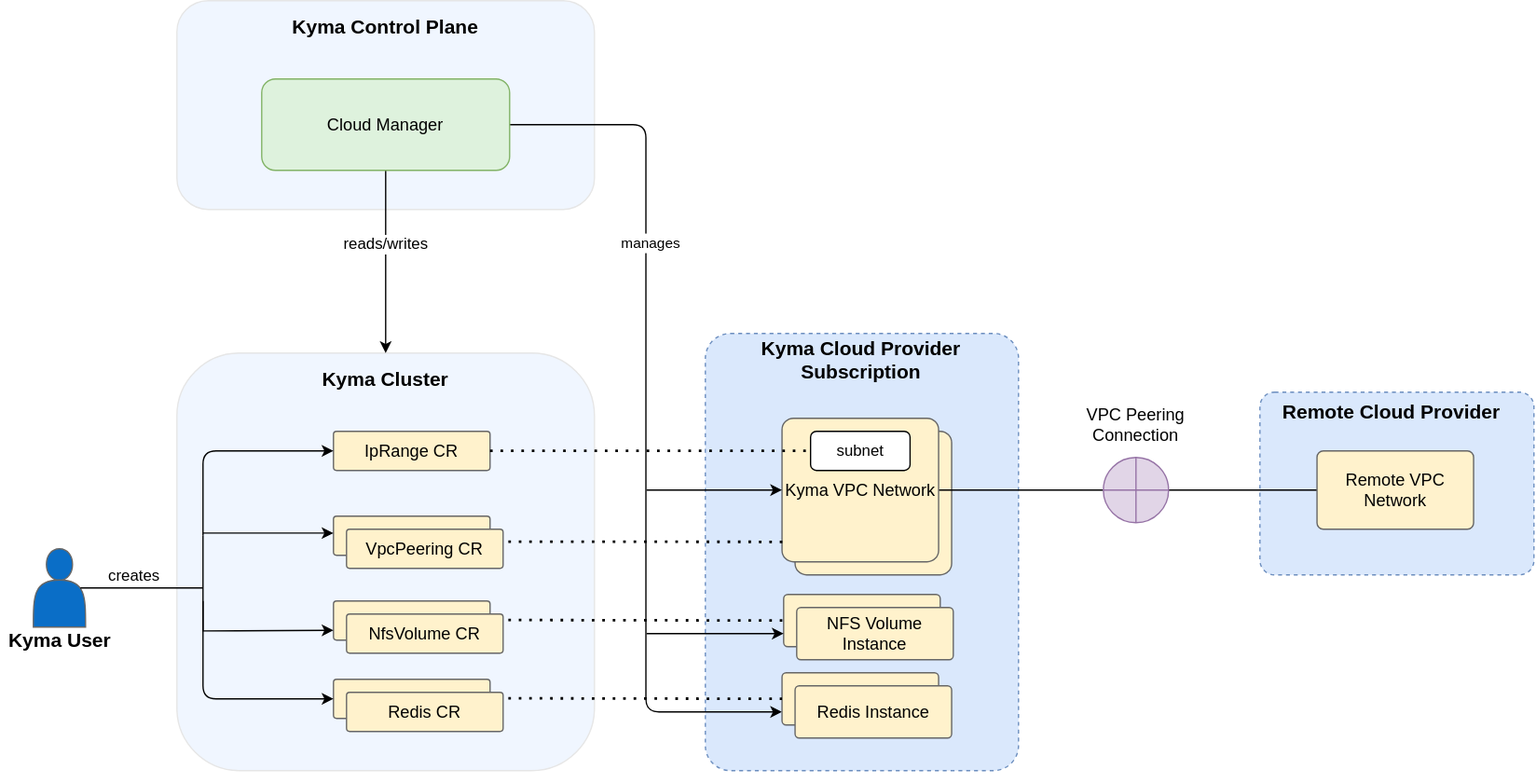
This is docs/user/assets/cloud-manager-architecture.drawio.svg from kyma-project/cloud-manager, a draw.io export, as it was before one commit. Source tidied: cells renumbered, new cells last; positions are measured from the earlier drawing's top-left corner, leaving out a move shared by most shapes. The source it was exported from:
```xml
<mxGraphModel background="#ffffff">
  <root>
    <mxCell id="0" />
    <mxCell id="1" parent="0" />
    <mxCell id="2" style="rounded=1;whiteSpace=wrap;html=1;align=right;verticalAlign=top;spacingLeft=15;spacing=2;arcSize=8;dashed=1;fillColor=#dae8fc;strokeColor=#6c8ebf;spacingTop=4;" parent="1" vertex="1">
      <mxGeometry x="540" y="255" width="240" height="335" as="geometry" />
    </mxCell>
    <mxCell id="3" style="rounded=1;whiteSpace=wrap;html=1;align=center;verticalAlign=middle;spacingLeft=0;spacing=2;arcSize=8;fillColor=#fff2cc;strokeColor=#666666;" parent="1" vertex="1">
      <mxGeometry x="608.8" y="330" width="120" height="110" as="geometry" />
    </mxCell>
    <mxCell id="4" style="rounded=1;whiteSpace=wrap;html=1;fillColor=#f0f6ff;strokeColor=#e6e6e6;labelBackgroundColor=default;" parent="1" vertex="1">
      <mxGeometry x="135" y="270" width="320" height="320" as="geometry" />
    </mxCell>
    <mxCell id="5" value="&lt;font color=&quot;#000000&quot;&gt;NfsVolume CR&lt;/font&gt;" style="rounded=1;whiteSpace=wrap;html=1;align=center;verticalAlign=middle;spacingLeft=0;spacing=2;arcSize=8;fillColor=#fff2cc;strokeColor=#666666;" parent="1" vertex="1">
      <mxGeometry x="255" y="460" width="120" height="30" as="geometry" />
    </mxCell>
    <mxCell id="6" value="&lt;font color=&quot;#000000&quot; style=&quot;font-size: 13px&quot;&gt;IpRange CR&lt;/font&gt;" style="rounded=1;whiteSpace=wrap;html=1;align=center;verticalAlign=middle;spacingLeft=0;spacing=2;arcSize=8;fillColor=#fff2cc;strokeColor=#666666;" parent="1" vertex="1">
      <mxGeometry x="255" y="330" width="120" height="30" as="geometry" />
    </mxCell>
    <mxCell id="7" value="&lt;font color=&quot;#000000&quot;&gt;VpcPeering CR&lt;/font&gt;" style="rounded=1;whiteSpace=wrap;html=1;align=center;verticalAlign=middle;spacingLeft=0;spacing=2;arcSize=8;fillColor=#fff2cc;strokeColor=#666666;" parent="1" vertex="1">
      <mxGeometry x="255" y="395" width="120" height="30" as="geometry" />
    </mxCell>
    <mxCell id="8" value="&lt;span style=&quot;font-size: 15px&quot;&gt;&lt;span style=&quot;font-size: 15px&quot;&gt;Kyma Cluster&lt;/span&gt;&lt;/span&gt;" style="text;html=1;align=center;verticalAlign=middle;whiteSpace=wrap;rounded=0;fontSize=15;fontStyle=1;" parent="1" vertex="1">
      <mxGeometry x="188.1" y="270" width="213.8" height="40" as="geometry" />
    </mxCell>
    <mxCell id="9" style="rounded=1;whiteSpace=wrap;html=1;fillColor=#f0f6ff;strokeColor=#e6e6e6;labelBackgroundColor=default;" parent="1" vertex="1">
      <mxGeometry x="135" width="320" height="160" as="geometry" />
    </mxCell>
    <mxCell id="10" value="&lt;b style=&quot;font-size: 15px;&quot;&gt;&lt;font style=&quot;font-size: 15px;&quot;&gt;Kyma Control Plane&lt;/font&gt;&lt;/b&gt;" style="text;html=1;align=center;verticalAlign=middle;whiteSpace=wrap;rounded=0;fontSize=15;" parent="1" vertex="1">
      <mxGeometry x="188.1" width="213.8" height="40" as="geometry" />
    </mxCell>
    <mxCell id="11" style="edgeStyle=orthogonalEdgeStyle;rounded=0;jettySize=auto;html=1;entryX=0.5;entryY=0;entryDx=0;entryDy=0;" parent="1" edge="1" source="17" target="4">
      <mxGeometry relative="1" as="geometry" />
    </mxCell>
    <mxCell id="12" value="&lt;span style=&quot;color: rgba(0, 0, 0, 0); font-family: monospace; font-size: 0px; text-align: start; background-color: rgb(251, 251, 251);&quot;&gt;%3CmxGraphModel%3E%3Croot%3E%3CmxCell%20id%3D%220%22%2F%3E%3CmxCell%20id%3D%221%22%20parent%3D%220%22%2F%3E%3CmxCell%20id%3D%222%22%20value%3D%22%26lt%3Bspan%20style%3D%26quot%3Bbackground-color%3A%20rgb(222%2C%20242%2C%20221)%3B%26quot%3B%26gt%3Bread%2Fwrite%26lt%3B%2Fspan%26gt%3B%22%20style%3D%22edgeLabel%3Bhtml%3D1%3Balign%3Dcenter%3BverticalAlign%3Dmiddle%3Bresizable%3D0%3Bpoints%3D%5B%5D%3BfontSize%3D12%3BfontColor%3D%23000000%3B%22%20vertex%3D%221%22%20connectable%3D%220%22%20parent%3D%221%22%3E%3CmxGeometry%20x%3D%22659.9675555587601%22%20y%3D%22572.9999927901245%22%20as%3D%22geometry%22%2F%3E%3C%2FmxCell%3E%3C%2Froot%3E%3C%2FmxGraphModel%3E&lt;/span&gt;" style="edgeLabel;html=1;align=center;verticalAlign=middle;" parent="11" vertex="1">
      <mxGeometry x="0.16" relative="1" as="geometry" />
    </mxCell>
    <mxCell id="13" value="&lt;span style=&quot;color: rgba(0, 0, 0, 0); font-family: monospace; font-size: 0px; text-align: start; background-color: rgb(251, 251, 251);&quot;&gt;%3CmxGraphModel%3E%3Croot%3E%3CmxCell%20id%3D%220%22%2F%3E%3CmxCell%20id%3D%221%22%20parent%3D%220%22%2F%3E%3CmxCell%20id%3D%222%22%20value%3D%22%26lt%3Bspan%20style%3D%26quot%3Bbackground-color%3A%20rgb(222%2C%20242%2C%20221)%3B%26quot%3B%26gt%3Bread%2Fwrite%26lt%3B%2Fspan%26gt%3B%22%20style%3D%22edgeLabel%3Bhtml%3D1%3Balign%3Dcenter%3BverticalAlign%3Dmiddle%3Bresizable%3D0%3Bpoints%3D%5B%5D%3BfontSize%3D12%3BfontColor%3D%23000000%3B%22%20vertex%3D%221%22%20connectable%3D%220%22%20parent%3D%221%22%3E%3CmxGeometry%20x%3D%22659.9675555587601%22%20y%3D%22572.9999927901245%22%20as%3D%22geometry%22%2F%3E%3C%2FmxCell%3E%3C%2Froot%3E%3C%2FmxGraphModel%3E&lt;/span&gt;" style="edgeLabel;html=1;align=center;verticalAlign=middle;" parent="11" vertex="1">
      <mxGeometry x="0.13" relative="1" as="geometry" />
    </mxCell>
    <mxCell id="14" value="reads/writes" style="edgeLabel;html=1;align=center;verticalAlign=middle;fontSize=12;" parent="11" vertex="1">
      <mxGeometry x="-0.2" y="-1" relative="1" as="geometry" />
    </mxCell>
    <mxCell id="15" style="edgeStyle=orthogonalEdgeStyle;jettySize=auto;html=1;exitX=1;exitY=0.5;exitDx=0;exitDy=0;entryX=0;entryY=0.75;entryDx=0;entryDy=0;fontSize=12;rounded=1;" parent="1" edge="1" source="17" target="19">
      <mxGeometry relative="1" as="geometry" />
    </mxCell>
    <mxCell id="16" value="&lt;font style=&quot;font-size: 11px&quot;&gt;manages&lt;/font&gt;" style="edgeLabel;html=1;align=center;verticalAlign=middle;fontSize=12;" parent="15" vertex="1">
      <mxGeometry x="-0.41" y="3" relative="1" as="geometry" />
    </mxCell>
    <mxCell id="17" value="&lt;font style=&quot;font-size: 13px&quot;&gt;Cloud Manager&lt;/font&gt;" style="rounded=1;whiteSpace=wrap;html=1;strokeColor=#82b366;fillColor=#def2dd;" parent="1" vertex="1">
      <mxGeometry x="200" y="60" width="190" height="70" as="geometry" />
    </mxCell>
    <mxCell id="18" style="rounded=1;whiteSpace=wrap;html=1;align=center;verticalAlign=middle;spacingLeft=0;spacing=2;arcSize=8;fillColor=#fff2cc;strokeColor=#666666;" parent="1" vertex="1">
      <mxGeometry x="600" y="455" width="120" height="40" as="geometry" />
    </mxCell>
    <mxCell id="19" value="&lt;font color=&quot;#000000&quot; style=&quot;font-size: 13px&quot;&gt;Redis Instance&lt;/font&gt;" style="rounded=1;whiteSpace=wrap;html=1;align=center;verticalAlign=middle;spacingLeft=0;spacing=2;arcSize=8;fillColor=#fff2cc;strokeColor=#666666;" parent="1" vertex="1">
      <mxGeometry x="598.8" y="515" width="120" height="40" as="geometry" />
    </mxCell>
    <mxCell id="20" style="rounded=1;whiteSpace=wrap;html=1;align=left;verticalAlign=top;spacingLeft=4;spacing=2;arcSize=8;dashed=1;fillColor=#dae8fc;strokeColor=#6c8ebf;" parent="1" vertex="1">
      <mxGeometry x="965" y="300" width="210" height="140" as="geometry" />
    </mxCell>
    <mxCell id="21" style="edgeStyle=orthogonalEdgeStyle;rounded=0;jettySize=auto;html=1;entryX=0;entryY=0.5;entryDx=0;entryDy=0;endArrow=none;startFill=0;" parent="1" edge="1" source="26" target="23">
      <mxGeometry relative="1" as="geometry" />
    </mxCell>
    <mxCell id="22" style="edgeStyle=orthogonalEdgeStyle;rounded=0;jettySize=auto;html=1;entryX=0;entryY=0.5;entryDx=0;entryDy=0;endArrow=none;startFill=0;" parent="1" edge="1" source="23" target="24">
      <mxGeometry relative="1" as="geometry" />
    </mxCell>
    <mxCell id="23" style="shape=orEllipse;perimeter=ellipsePerimeter;whiteSpace=wrap;html=1;backgroundOutline=1;fillColor=#e1d5e7;strokeColor=#9673a6;" parent="1" vertex="1">
      <mxGeometry x="845" y="350" width="50" height="50" as="geometry" />
    </mxCell>
    <mxCell id="24" value="&lt;font color=&quot;#000000&quot; style=&quot;font-size: 13px&quot;&gt;Remote VPC Network&lt;/font&gt;" style="rounded=1;whiteSpace=wrap;html=1;align=center;verticalAlign=middle;spacingLeft=0;spacing=2;arcSize=8;fillColor=#fff2cc;strokeColor=#666666;" parent="1" vertex="1">
      <mxGeometry x="1008.8" y="345" width="120" height="60" as="geometry" />
    </mxCell>
    <mxCell id="25" value="&lt;span style=&quot;font-size: 13px&quot;&gt;VPC Peering&lt;br&gt;Connection&lt;/span&gt;" style="text;html=1;align=center;verticalAlign=middle;whiteSpace=wrap;rounded=0;fontSize=12;" parent="1" vertex="1">
      <mxGeometry x="770" y="310" width="200" height="30" as="geometry" />
    </mxCell>
    <mxCell id="26" value="&lt;font style=&quot;font-size: 13px&quot;&gt;Kyma VPC Network&lt;/font&gt;" style="rounded=1;whiteSpace=wrap;html=1;align=center;verticalAlign=middle;spacingLeft=0;spacing=2;arcSize=8;fillColor=#fff2cc;strokeColor=#666666;" parent="1" vertex="1">
      <mxGeometry x="598.8" y="320" width="120" height="110" as="geometry" />
    </mxCell>
    <mxCell id="27" value="&lt;b&gt;&lt;font style=&quot;font-size: 15px&quot;&gt;Remote Cloud Provider&lt;/font&gt;&lt;/b&gt;" style="text;html=1;align=center;verticalAlign=middle;whiteSpace=wrap;rounded=0;" parent="1" vertex="1">
      <mxGeometry x="959.4" y="295" width="213.8" height="40" as="geometry" />
    </mxCell>
    <mxCell id="28" value="&lt;b&gt;&lt;font style=&quot;font-size: 15px&quot;&gt;Kyma Cloud Provider Subscription&lt;/font&gt;&lt;/b&gt;" style="text;html=1;align=center;verticalAlign=middle;whiteSpace=wrap;rounded=0;" parent="1" vertex="1">
      <mxGeometry x="545.3" y="255" width="229.4" height="40" as="geometry" />
    </mxCell>
    <mxCell id="29" value="&lt;font color=&quot;#000000&quot;&gt;Redis CR&lt;/font&gt;" style="rounded=1;whiteSpace=wrap;html=1;align=center;verticalAlign=middle;spacingLeft=0;spacing=2;arcSize=8;fillColor=#fff2cc;strokeColor=#666666;" parent="1" vertex="1">
      <mxGeometry x="255" y="520" width="120" height="30" as="geometry" />
    </mxCell>
    <mxCell id="30" value="subnet" style="rounded=1;whiteSpace=wrap;html=1;" parent="1" vertex="1">
      <mxGeometry x="620.6" y="330" width="76.2" height="30" as="geometry" />
    </mxCell>
    <mxCell id="31" style="endArrow=none;dashed=1;html=1;dashPattern=1 3;strokeWidth=2;rounded=0;exitX=1;exitY=0.5;exitDx=0;exitDy=0;entryX=0;entryY=0.5;entryDx=0;entryDy=0;" parent="1" edge="1" source="6" target="30">
      <mxGeometry relative="1" as="geometry" />
    </mxCell>
    <mxCell id="32" style="endArrow=none;dashed=1;html=1;dashPattern=1 3;strokeWidth=2;rounded=0;exitX=1;exitY=0.5;exitDx=0;exitDy=0;entryX=0.008;entryY=0.861;entryDx=0;entryDy=0;entryPerimeter=0;" parent="1" edge="1" target="26">
      <mxGeometry relative="1" as="geometry">
        <mxPoint x="365" y="414.5" as="sourcePoint" />
      </mxGeometry>
    </mxCell>
    <mxCell id="33" style="endArrow=none;dashed=1;html=1;dashPattern=1 3;strokeWidth=2;rounded=0;exitX=1;exitY=0.5;exitDx=0;exitDy=0;entryX=0;entryY=0.5;entryDx=0;entryDy=0;" parent="1" edge="1" target="18">
      <mxGeometry relative="1" as="geometry">
        <mxPoint x="365" y="474.5" as="sourcePoint" />
      </mxGeometry>
    </mxCell>
    <mxCell id="34" style="endArrow=none;dashed=1;html=1;dashPattern=1 3;strokeWidth=2;rounded=0;exitX=1;exitY=0.5;exitDx=0;exitDy=0;entryX=0;entryY=0.5;entryDx=0;entryDy=0;" parent="1" edge="1" target="19">
      <mxGeometry relative="1" as="geometry">
        <mxPoint x="365" y="534.5" as="sourcePoint" />
      </mxGeometry>
    </mxCell>
    <mxCell id="35" style="shape=actor;whiteSpace=wrap;html=1;fillColor=#0A6EC7;strokeColor=#666666;" parent="1" vertex="1">
      <mxGeometry x="25" y="420" width="40" height="60" as="geometry" />
    </mxCell>
    <mxCell id="36" value="&lt;font color=&quot;#000000&quot; style=&quot;font-size: 13px&quot;&gt;VpcPeering CR&lt;/font&gt;" style="rounded=1;whiteSpace=wrap;html=1;align=center;verticalAlign=middle;spacingLeft=0;spacing=2;arcSize=8;fillColor=#fff2cc;strokeColor=#666666;" parent="1" vertex="1">
      <mxGeometry x="265" y="405" width="120" height="30" as="geometry" />
    </mxCell>
    <mxCell id="37" value="&lt;font color=&quot;#000000&quot; style=&quot;font-size: 13px&quot;&gt;NfsVolume CR&lt;/font&gt;" style="rounded=1;whiteSpace=wrap;html=1;align=center;verticalAlign=middle;spacingLeft=0;spacing=2;arcSize=8;fillColor=#fff2cc;strokeColor=#666666;" parent="1" vertex="1">
      <mxGeometry x="265" y="470" width="120" height="30" as="geometry" />
    </mxCell>
    <mxCell id="38" value="&lt;font color=&quot;#000000&quot; style=&quot;font-size: 13px&quot;&gt;Redis CR&lt;/font&gt;" style="rounded=1;whiteSpace=wrap;html=1;align=center;verticalAlign=middle;spacingLeft=0;spacing=2;arcSize=8;fillColor=#fff2cc;strokeColor=#666666;" parent="1" vertex="1">
      <mxGeometry x="265" y="530" width="120" height="30" as="geometry" />
    </mxCell>
    <mxCell id="39" value="&lt;b&gt;Kyma User&lt;/b&gt;" style="text;html=1;align=center;verticalAlign=middle;strokeColor=none;fillColor=none;fontSize=15;" parent="1" vertex="1">
      <mxGeometry y="480" width="90" height="20" as="geometry" />
    </mxCell>
    <mxCell id="40" style="endArrow=classic;html=1;rounded=0;fontSize=15;entryX=0;entryY=0.75;entryDx=0;entryDy=0;" parent="1" edge="1" target="5">
      <mxGeometry relative="1" as="geometry">
        <mxPoint x="155" y="410" as="sourcePoint" />
        <Array as="points">
          <mxPoint x="155" y="483" />
        </Array>
      </mxGeometry>
    </mxCell>
    <mxCell id="41" style="endArrow=classic;html=1;rounded=1;fontSize=15;entryX=0;entryY=0.5;entryDx=0;entryDy=0;" parent="1" edge="1" target="6">
      <mxGeometry relative="1" as="geometry">
        <mxPoint x="155" y="410" as="sourcePoint" />
        <Array as="points">
          <mxPoint x="155" y="345" />
        </Array>
      </mxGeometry>
    </mxCell>
    <mxCell id="42" style="endArrow=classic;html=1;rounded=1;fontSize=15;entryX=0;entryY=0.5;entryDx=0;entryDy=0;" parent="1" edge="1" target="29">
      <mxGeometry relative="1" as="geometry">
        <mxPoint x="155" y="460" as="sourcePoint" />
        <Array as="points">
          <mxPoint x="155" y="535" />
        </Array>
      </mxGeometry>
    </mxCell>
    <mxCell id="43" style="endArrow=none;html=1;rounded=0;fontSize=15;exitX=0.9;exitY=0.5;exitDx=0;exitDy=0;exitPerimeter=0;" parent="1" edge="1" source="35">
      <mxGeometry relative="1" as="geometry">
        <mxPoint x="155" y="450" as="targetPoint" />
      </mxGeometry>
    </mxCell>
    <mxCell id="44" value="&lt;font style=&quot;font-size: 12px&quot;&gt;creates&lt;/font&gt;" style="edgeLabel;html=1;align=center;verticalAlign=middle;fontSize=15;spacingTop=0;spacingBottom=20;spacingRight=-22;" parent="43" vertex="1">
      <mxGeometry x="-0.37" y="2" relative="1" as="geometry">
        <mxPoint x="-1" as="offset" />
      </mxGeometry>
    </mxCell>
    <mxCell id="45" style="endArrow=classic;html=1;rounded=0;fontSize=15;" parent="1" edge="1">
      <mxGeometry relative="1" as="geometry">
        <mxPoint x="155" y="408" as="sourcePoint" />
        <mxPoint x="255" y="408" as="targetPoint" />
      </mxGeometry>
    </mxCell>
    <mxCell id="46" style="endArrow=classic;html=1;rounded=1;fontSize=11;entryX=0;entryY=0.75;entryDx=0;entryDy=0;" parent="1" edge="1" target="18">
      <mxGeometry relative="1" as="geometry">
        <mxPoint x="495" y="485" as="sourcePoint" />
      </mxGeometry>
    </mxCell>
    <mxCell id="47" style="endArrow=classic;html=1;rounded=1;fontSize=11;" parent="1" edge="1" target="26">
      <mxGeometry relative="1" as="geometry">
        <mxPoint x="495" y="375" as="sourcePoint" />
      </mxGeometry>
    </mxCell>
    <mxCell id="48" style="edgeStyle=orthogonalEdgeStyle;rounded=1;orthogonalLoop=1;jettySize=auto;html=1;exitX=0.5;exitY=1;exitDx=0;exitDy=0;fontSize=13;" parent="1" edge="1" source="2" target="2">
      <mxGeometry relative="1" as="geometry" />
    </mxCell>
    <mxCell id="49" value="&lt;font color=&quot;#000000&quot; style=&quot;font-size: 13px&quot;&gt;Redis Instance&lt;/font&gt;" style="rounded=1;whiteSpace=wrap;html=1;align=center;verticalAlign=middle;spacingLeft=0;spacing=2;arcSize=8;fillColor=#fff2cc;strokeColor=#666666;" parent="1" vertex="1">
      <mxGeometry x="608.8" y="525" width="120" height="40" as="geometry" />
    </mxCell>
    <mxCell id="50" value="&lt;font color=&quot;#000000&quot; style=&quot;font-size: 13px&quot;&gt;NFS Volume Instance&lt;/font&gt;" style="rounded=1;whiteSpace=wrap;html=1;align=center;verticalAlign=middle;spacingLeft=0;spacing=2;arcSize=8;fillColor=#fff2cc;strokeColor=#666666;" parent="1" vertex="1">
      <mxGeometry x="610" y="465" width="120" height="40" as="geometry" />
    </mxCell>
  </root>
</mxGraphModel>
```
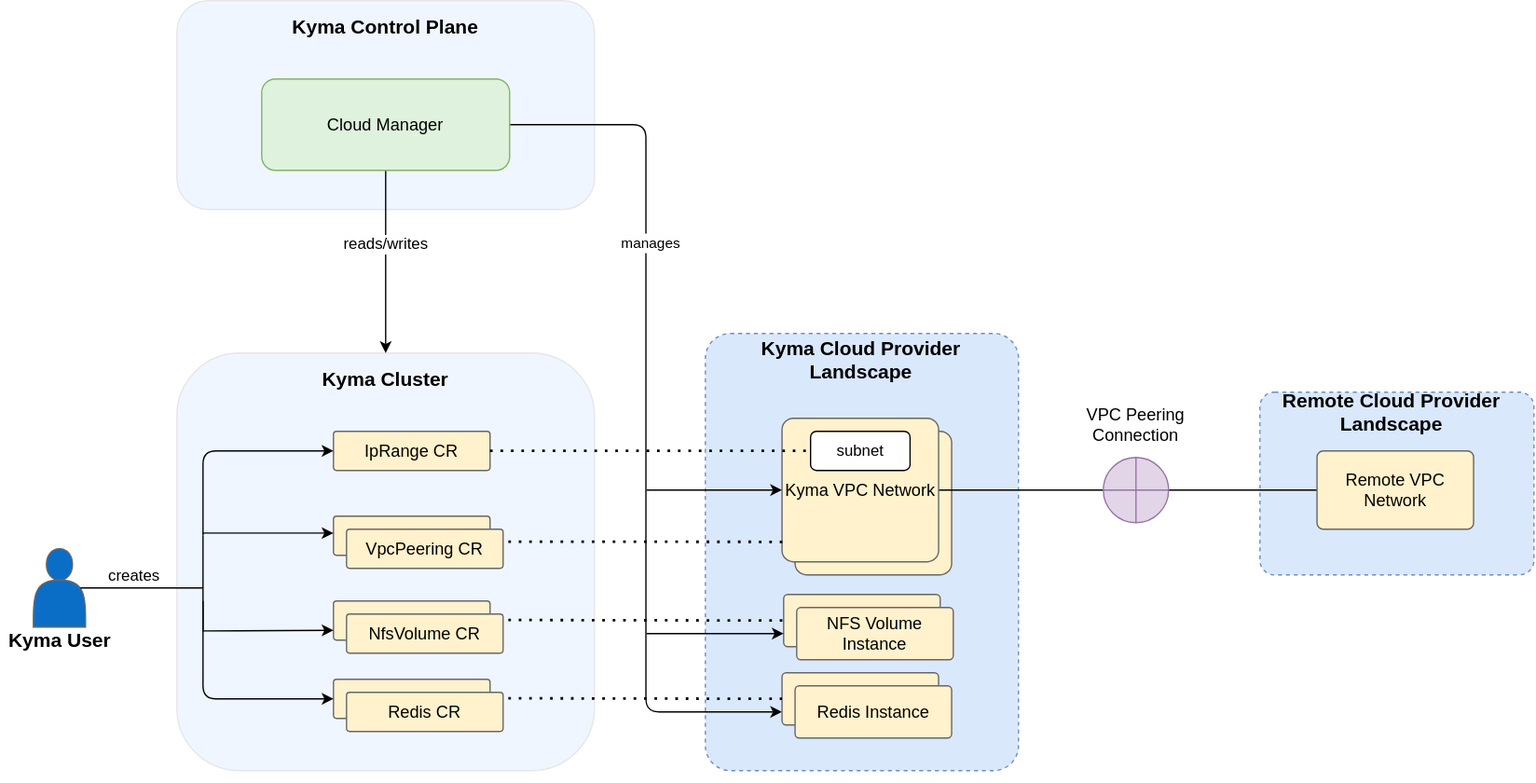
Above is the later version.

The edit, as a diff of the source:
```diff
@@ -77,10 +77,10 @@
     <mxCell id="26" value="&lt;font style=&quot;font-size: 13px&quot;&gt;Kyma VPC Network&lt;/font&gt;" style="rounded=1;whiteSpace=wrap;html=1;align=center;verticalAlign=middle;spacingLeft=0;spacing=2;arcSize=8;fillColor=#fff2cc;strokeColor=#666666;" parent="1" vertex="1">
       <mxGeometry x="598.8" y="320" width="120" height="110" as="geometry" />
     </mxCell>
-    <mxCell id="27" value="&lt;b&gt;&lt;font style=&quot;font-size: 15px&quot;&gt;Remote Cloud Provider&lt;/font&gt;&lt;/b&gt;" style="text;html=1;align=center;verticalAlign=middle;whiteSpace=wrap;rounded=0;" parent="1" vertex="1">
+    <mxCell id="27" value="&lt;b&gt;&lt;font style=&quot;font-size: 15px&quot;&gt;Remote Cloud Provider Landscape&lt;/font&gt;&lt;/b&gt;" style="text;html=1;align=center;verticalAlign=middle;whiteSpace=wrap;rounded=0;" parent="1" vertex="1">
       <mxGeometry x="959.4" y="295" width="213.8" height="40" as="geometry" />
     </mxCell>
-    <mxCell id="28" value="&lt;b&gt;&lt;font style=&quot;font-size: 15px&quot;&gt;Kyma Cloud Provider Subscription&lt;/font&gt;&lt;/b&gt;" style="text;html=1;align=center;verticalAlign=middle;whiteSpace=wrap;rounded=0;" parent="1" vertex="1">
+    <mxCell id="28" value="&lt;b&gt;&lt;font style=&quot;font-size: 15px&quot;&gt;Kyma Cloud Provider Landscape&lt;/font&gt;&lt;/b&gt;" style="text;html=1;align=center;verticalAlign=middle;whiteSpace=wrap;rounded=0;" parent="1" vertex="1">
       <mxGeometry x="545.3" y="255" width="229.4" height="40" as="geometry" />
     </mxCell>
     <mxCell id="29" value="&lt;font color=&quot;#000000&quot;&gt;Redis CR&lt;/font&gt;" style="rounded=1;whiteSpace=wrap;html=1;align=center;verticalAlign=middle;spacingLeft=0;spacing=2;arcSize=8;fillColor=#fff2cc;strokeColor=#666666;" parent="1" vertex="1">
```
